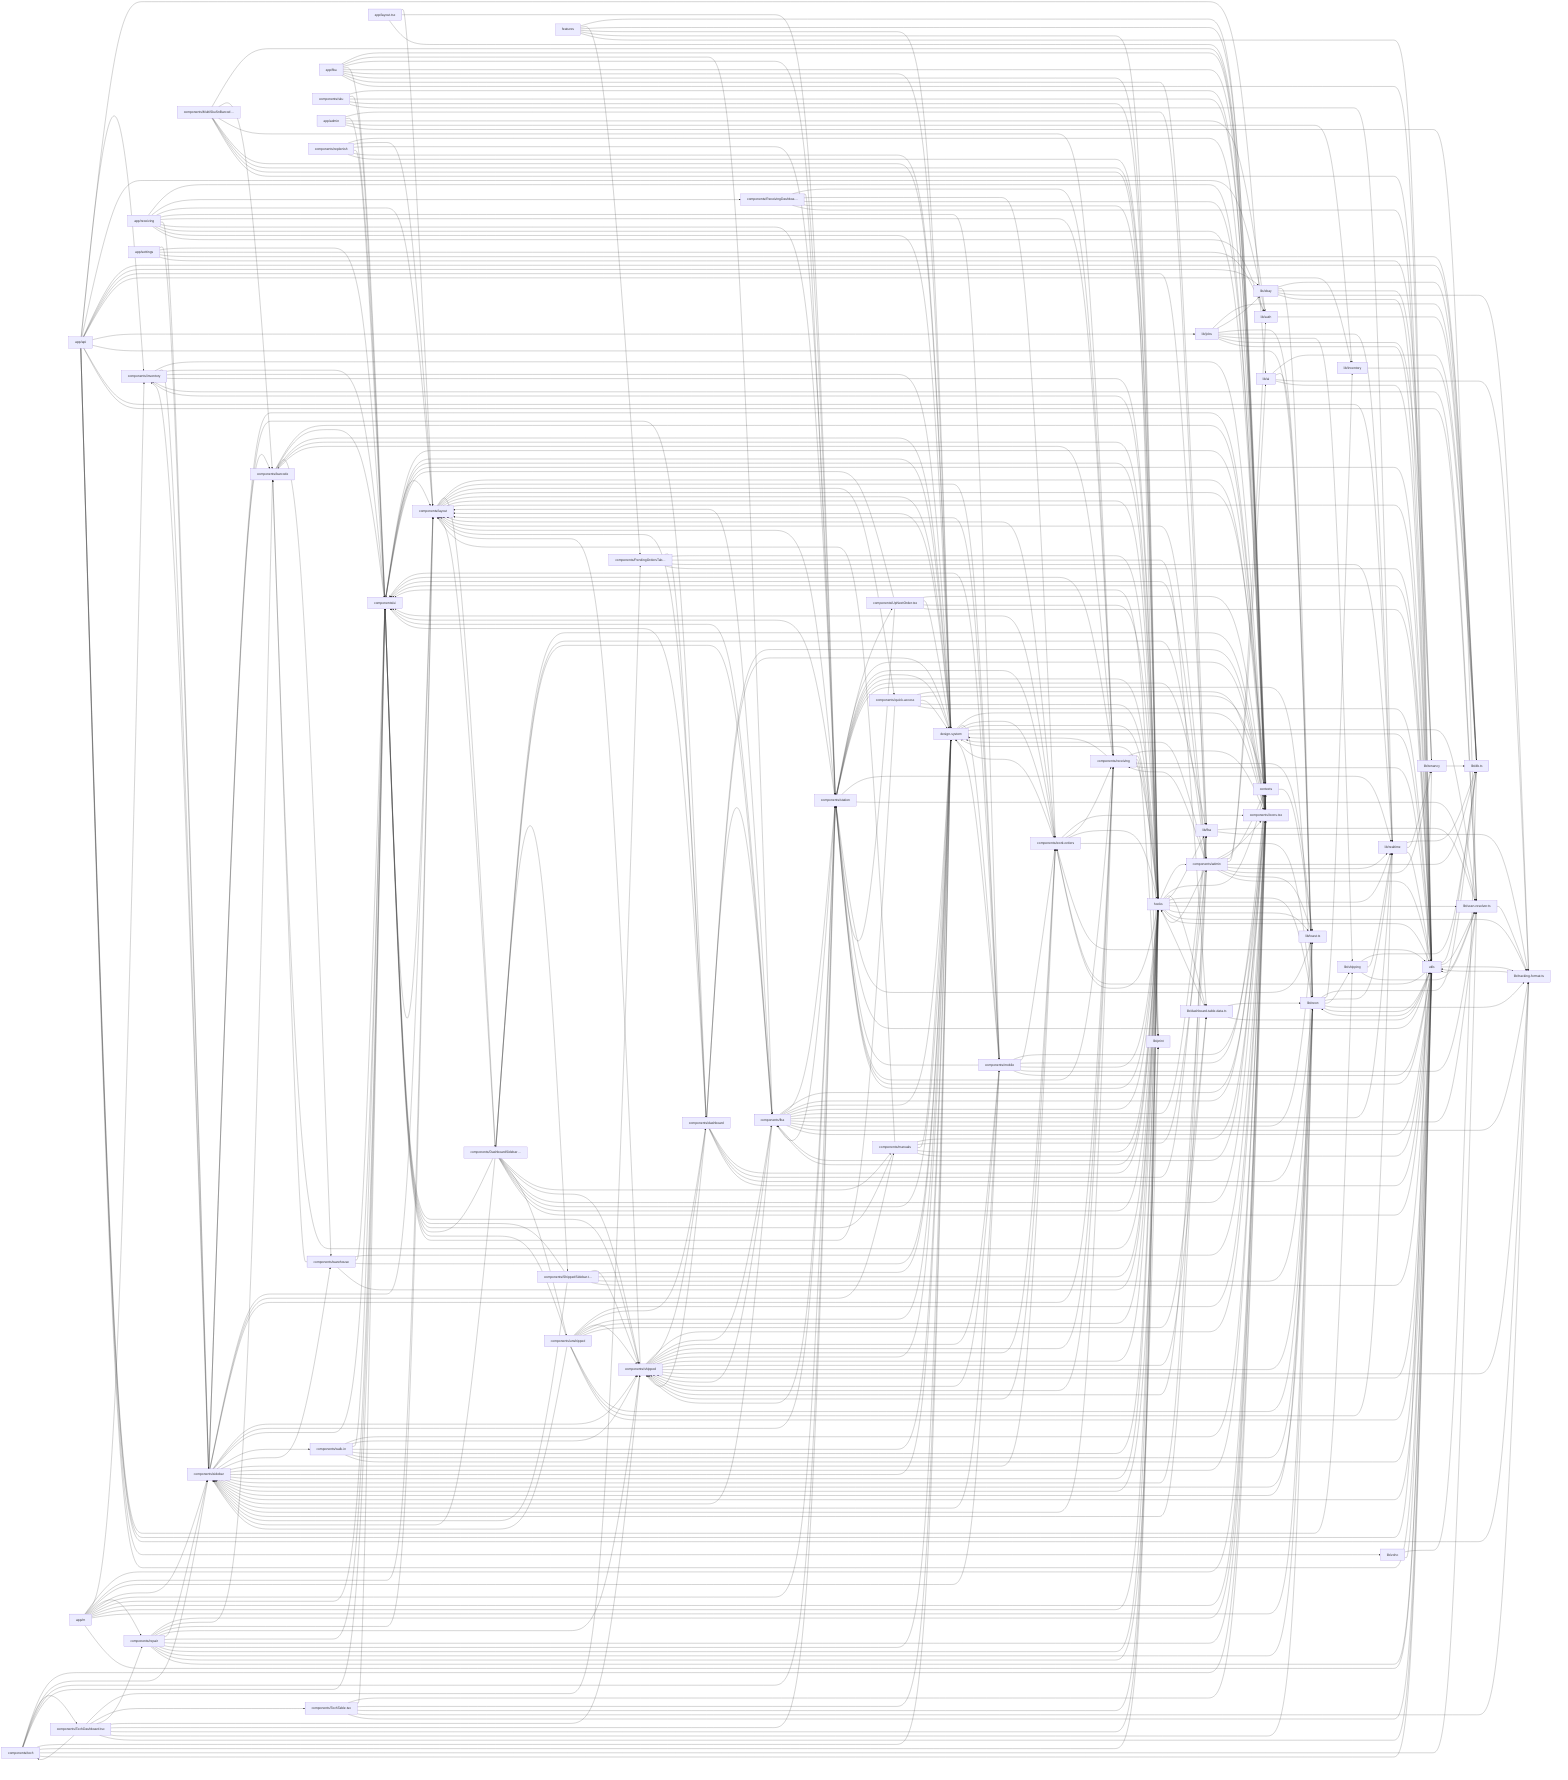
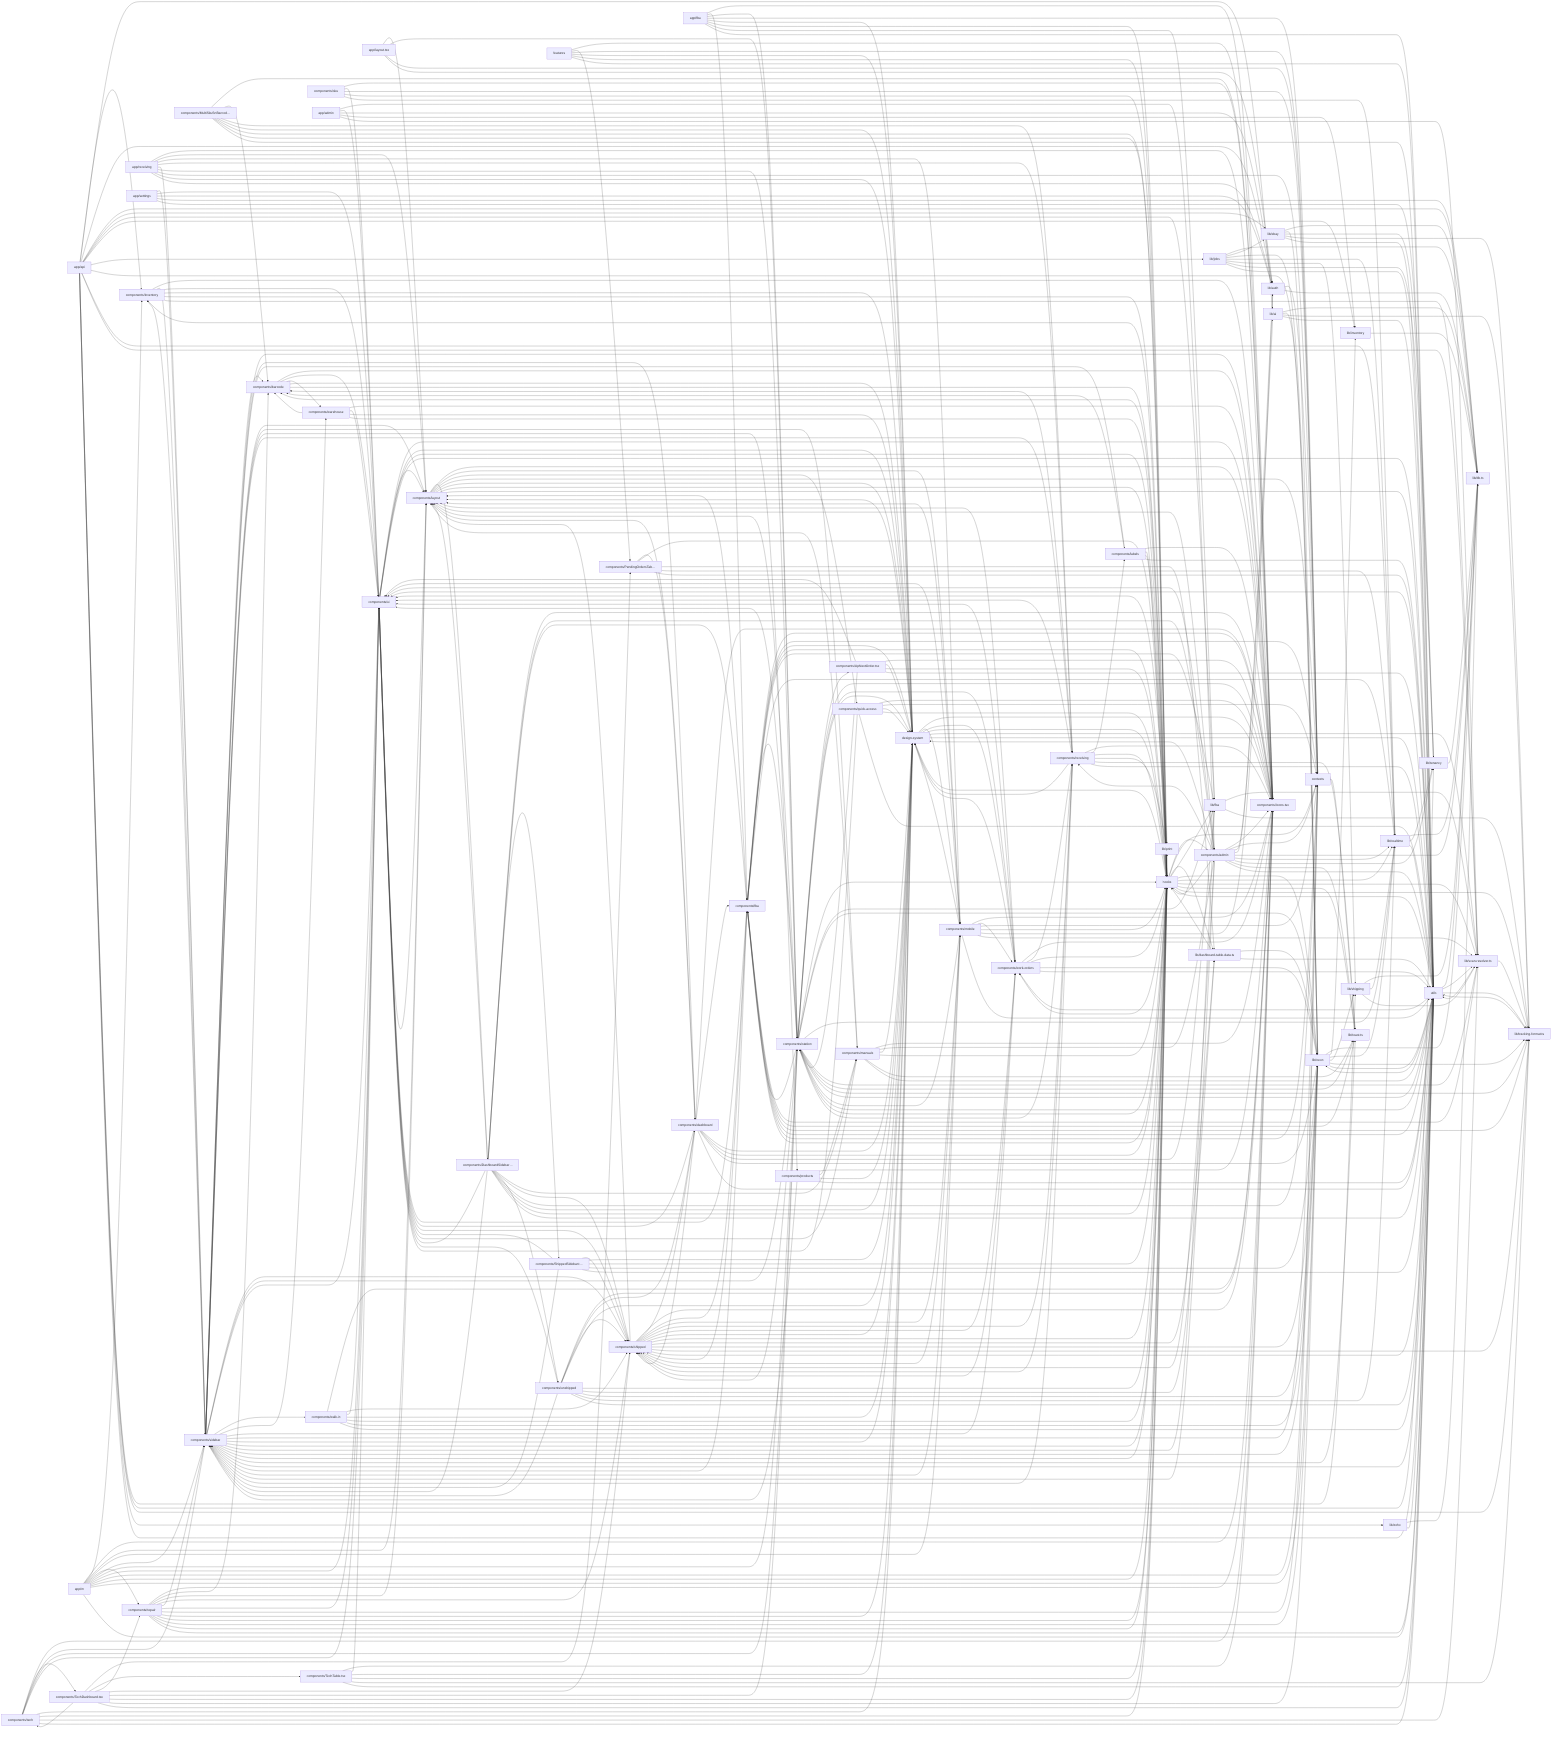
flowchart LR
  app_api["app/api"]
  click app_api "src/app/api/scan-tracking/route.ts" "Open src/app/api/scan-tracking/route.ts"
  hooks["hooks"]
  click hooks "src/hooks/_lifecycle.ts" "Open src/hooks/_lifecycle.ts"
  utils["utils"]
-   click utils "src/lib/receiving-history-search.ts" "Open src/lib/receiving-history-search.ts"
+   click utils "src/utils/upnext-shared.ts" "Open src/utils/upnext-shared.ts"
+   components_Icons_tsx["components/Icons.tsx"]
+   click components_Icons_tsx "src/components/Icons.tsx" "Open src/components/Icons.tsx"
  design_system["design-system"]
  click design_system "src/design-system/index.ts" "Open src/design-system/index.ts"
-   components_Icons_tsx["components/Icons.tsx"]
-   click components_Icons_tsx "src/components/Icons.tsx" "Open src/components/Icons.tsx"
+   components_sidebar["components/sidebar"]
+   click components_sidebar "src/components/sidebar/DeviceModeToggle.tsx" "Open src/components/sidebar/DeviceModeToggle.tsx"
  components_ui["components/ui"]
  click components_ui "src/components/ui/DeleteButton.tsx" "Open src/components/ui/DeleteButton.tsx"
-   components_sidebar["components/sidebar"]
-   click components_sidebar "src/components/sidebar/DeviceModeToggle.tsx" "Open src/components/sidebar/DeviceModeToggle.tsx"
  lib_db_ts["lib/db.ts"]
  click lib_db_ts "src/lib/db.ts" "Open src/lib/db.ts"
  components_layout["components/layout"]
  click components_layout "src/components/layout/OfflineBanner.tsx" "Open src/components/layout/OfflineBanner.tsx"
  components_shipped["components/shipped"]
  click components_shipped "src/components/shipped/DateGroupHeader.tsx" "Open src/components/shipped/DateGroupHeader.tsx"
  components_station["components/station"]
  click components_station "src/components/station/BarcodeScanner.tsx" "Open src/components/station/BarcodeScanner.tsx"
  lib_neon["lib/neon"]
  click lib_neon "src/lib/neon/serial-units-queries.ts" "Open src/lib/neon/serial-units-queries.ts"
  contexts["contexts"]
  click contexts "src/contexts/HeaderContext.tsx" "Open src/contexts/HeaderContext.tsx"
  components_admin["components/admin"]
  click components_admin "src/components/admin/AccessSidebarPanel.tsx" "Open src/components/admin/AccessSidebarPanel.tsx"
  components_receiving["components/receiving"]
  click components_receiving "src/components/receiving/Mode2Unboxing.tsx" "Open src/components/receiving/Mode2Unboxing.tsx"
+   components_mobile["components/mobile"]
+   click components_mobile "src/components/mobile/ScanSurface.tsx" "Open src/components/mobile/ScanSurface.tsx"
  components_fba["components/fba"]
  click components_fba "src/components/fba/FbaShippedTable.tsx" "Open src/components/fba/FbaShippedTable.tsx"
-   components_mobile["components/mobile"]
-   click components_mobile "src/components/mobile/ScanSurface.tsx" "Open src/components/mobile/ScanSurface.tsx"
  components_work_orders["components/work-orders"]
  click components_work_orders "src/components/work-orders/WorkOrderInfoStrip.tsx" "Open src/components/work-orders/WorkOrderInfoStrip.tsx"
  lib_realtime["lib/realtime"]
  click lib_realtime "src/lib/realtime/db-events.ts" "Open src/lib/realtime/db-events.ts"
  components_repair["components/repair"]
  click components_repair "src/components/repair/SignaturePad.tsx" "Open src/components/repair/SignaturePad.tsx"
+   lib_auth["lib/auth"]
+   click lib_auth "src/lib/auth/permission-registry.ts" "Open src/lib/auth/permission-registry.ts"
  components_DashboardSidebar_tsx["components/DashboardSidebar…"]
  click components_DashboardSidebar_tsx "src/components/DashboardSidebar.tsx" "Open src/components/DashboardSidebar.tsx"
+   lib_tracking_format_ts["lib/tracking-format.ts"]
+   click lib_tracking_format_ts "src/lib/tracking-format.ts" "Open src/lib/tracking-format.ts"
  components_dashboard["components/dashboard"]
  click components_dashboard "src/components/dashboard/StockZohoOrdersTable.tsx" "Open src/components/dashboard/StockZohoOrdersTable.tsx"
  components_barcode["components/barcode"]
  click components_barcode "src/components/barcode/SkuInput.tsx" "Open src/components/barcode/SkuInput.tsx"
  lib_scan_resolver_ts["lib/scan-resolver.ts"]
  click lib_scan_resolver_ts "src/lib/scan-resolver.ts" "Open src/lib/scan-resolver.ts"
-   lib_tracking_format_ts["lib/tracking-format.ts"]
-   click lib_tracking_format_ts "src/lib/tracking-format.ts" "Open src/lib/tracking-format.ts"
-   lib_auth["lib/auth"]
-   click lib_auth "src/lib/auth/permission-registry.ts" "Open src/lib/auth/permission-registry.ts"
  lib_jobs["lib/jobs"]
  click lib_jobs "src/lib/jobs/ebay-sync.ts" "Open src/lib/jobs/ebay-sync.ts"
+   components_manuals["components/manuals"]
+   click components_manuals "src/components/manuals/ManualsLibrarySidebar.tsx" "Open src/components/manuals/ManualsLibrarySidebar.tsx"
  app_m["app/m"]
  click app_m "src/app/m/layout.tsx" "Open src/app/m/layout.tsx"
  components_unshipped["components/unshipped"]
  click components_unshipped "src/components/unshipped/UnshippedTable.tsx" "Open src/components/unshipped/UnshippedTable.tsx"
  components_inventory["components/inventory"]
  click components_inventory "src/components/inventory/InventoryShell.tsx" "Open src/components/inventory/InventoryShell.tsx"
-   components_manuals["components/manuals"]
-   click components_manuals "src/components/manuals/ManualsLibrarySidebar.tsx" "Open src/components/manuals/ManualsLibrarySidebar.tsx"
  components_tech["components/tech"]
  click components_tech "src/components/tech/UpNextActionDock.tsx" "Open src/components/tech/UpNextActionDock.tsx"
  app_receiving["app/receiving"]
  click app_receiving "src/app/receiving/page.tsx" "Open src/app/receiving/page.tsx"
  components_TechDashboard_tsx["components/TechDashboard.tsx"]
  click components_TechDashboard_tsx "src/components/TechDashboard.tsx" "Open src/components/TechDashboard.tsx"
  components_walk_in["components/walk-in"]
  click components_walk_in "src/components/walk-in/SalesDetailsPanel.tsx" "Open src/components/walk-in/SalesDetailsPanel.tsx"
  lib_tenancy["lib/tenancy"]
  click lib_tenancy "src/lib/tenancy/db.test.ts" "Open src/lib/tenancy/db.test.ts"
  components_warehouse["components/warehouse"]
  click components_warehouse "src/components/warehouse/roomFinderContext.tsx" "Open src/components/warehouse/roomFinderContext.tsx"
  lib_fba["lib/fba"]
  click lib_fba "src/lib/fba/board-item.ts" "Open src/lib/fba/board-item.ts"
-   app_fba["app/fba"]
-   click app_fba "src/app/fba/page.tsx" "Open src/app/fba/page.tsx"
+   app_layout_tsx["app/layout.tsx"]
+   click app_layout_tsx "src/app/layout.tsx" "Open src/app/layout.tsx"
  components_quick_access["components/quick-access"]
  click components_quick_access "src/components/quick-access/RecentSection.tsx" "Open src/components/quick-access/RecentSection.tsx"
  components_sku["components/sku"]
  click components_sku "src/components/sku/BinRowDetailsSheet.tsx" "Open src/components/sku/BinRowDetailsSheet.tsx"
+   lib_toast_ts["lib/toast.ts"]
+   click lib_toast_ts "src/lib/toast.ts" "Open src/lib/toast.ts"
  lib_ebay["lib/ebay"]
  click lib_ebay "src/lib/ebay/token-refresh.ts" "Open src/lib/ebay/token-refresh.ts"
  lib_print["lib/print"]
  click lib_print "src/lib/print/printRepairLabel.ts" "Open src/lib/print/printRepairLabel.ts"
  lib_ai["lib/ai"]
  click lib_ai "src/lib/ai/date-range.test.ts" "Open src/lib/ai/date-range.test.ts"
-   app_layout_tsx["app/layout.tsx"]
-   click app_layout_tsx "src/app/layout.tsx" "Open src/app/layout.tsx"
+   app_fba["app/fba"]
+   click app_fba "src/app/fba/page.tsx" "Open src/app/fba/page.tsx"
  components_PendingOrdersTable_tsx["components/PendingOrdersTab…"]
  click components_PendingOrdersTable_tsx "src/components/PendingOrdersTable.tsx" "Open src/components/PendingOrdersTable.tsx"
  components_ShippedSidebar_tsx["components/ShippedSidebar.t…"]
  click components_ShippedSidebar_tsx "src/components/ShippedSidebar.tsx" "Open src/components/ShippedSidebar.tsx"
+   components_products["components/products"]
+   click components_products "src/components/products/types.ts" "Open src/components/products/types.ts"
+   components_labels["components/labels"]
+   click components_labels "src/components/labels/ReceivingCartonLabel.tsx" "Open src/components/labels/ReceivingCartonLabel.tsx"
  lib_dashboard_table_data_ts["lib/dashboard-table-data.ts"]
  click lib_dashboard_table_data_ts "src/lib/dashboard-table-data.ts" "Open src/lib/dashboard-table-data.ts"
-   lib_toast_ts["lib/toast.ts"]
-   click lib_toast_ts "src/lib/toast.ts" "Open src/lib/toast.ts"
  lib_zoho["lib/zoho"]
  click lib_zoho "src/lib/zoho/mock.ts" "Open src/lib/zoho/mock.ts"
  lib_shipping["lib/shipping"]
  click lib_shipping "src/lib/shipping/repository.ts" "Open src/lib/shipping/repository.ts"
  lib_inventory["lib/inventory"]
  click lib_inventory "src/lib/inventory/internal-gtin.ts" "Open src/lib/inventory/internal-gtin.ts"
  app_settings["app/settings"]
  click app_settings "src/app/settings/page.tsx" "Open src/app/settings/page.tsx"
  app_admin["app/admin"]
  click app_admin "src/app/admin/page.tsx" "Open src/app/admin/page.tsx"
  features["features"]
  click features "src/features/operations/operations-data-sources.ts" "Open src/features/operations/operations-data-sources.ts"
  components_MultiSkuSnBarcode_tsx["components/MultiSkuSnBarcod…"]
  click components_MultiSkuSnBarcode_tsx "src/components/MultiSkuSnBarcode.tsx" "Open src/components/MultiSkuSnBarcode.tsx"
  components_UpNextOrder_tsx["components/UpNextOrder.tsx"]
  click components_UpNextOrder_tsx "src/components/UpNextOrder.tsx" "Open src/components/UpNextOrder.tsx"
  components_TechTable_tsx["components/TechTable.tsx"]
  click components_TechTable_tsx "src/components/TechTable.tsx" "Open src/components/TechTable.tsx"
-   components_ReceivingDashboard_tsx["components/ReceivingDashboa…"]
-   click components_ReceivingDashboard_tsx "src/components/ReceivingDashboard.tsx" "Open src/components/ReceivingDashboard.tsx"
-   components_replenish["components/replenish"]
-   click components_replenish "src/components/replenish/ReplenishmentReceivingTab.tsx" "Open src/components/replenish/ReplenishmentReceivingTab.tsx"
  app_admin --> components_admin
  app_admin --> components_ui
  app_admin --> lib_auth
  app_admin --> lib_inventory
  app_admin --> lib_scan_resolver_ts
  app_api --> components_inventory
  app_api --> lib_ai
  app_api --> lib_auth
  app_api --> lib_db_ts
  app_api --> lib_ebay
  app_api --> lib_fba
  app_api --> lib_inventory
  app_api --> lib_jobs
  app_api --> lib_neon
  app_api --> lib_realtime
  app_api --> lib_scan_resolver_ts
  app_api --> lib_shipping
  app_api --> lib_tenancy
  app_api --> lib_tracking_format_ts
  app_api --> lib_zoho
  app_api --> utils
  app_fba --> components_Icons_tsx
  app_fba --> components_fba
  app_fba --> components_station
-   app_fba --> components_ui
  app_fba --> contexts
  app_fba --> design_system
  app_fba --> hooks
  app_fba --> lib_fba
  app_fba --> utils
  app_layout_tsx --> components_layout
  app_layout_tsx --> components_station
  app_layout_tsx --> contexts
+   app_layout_tsx --> lib_auth
  app_m --> components_Icons_tsx
  app_m --> components_inventory
  app_m --> components_layout
  app_m --> components_mobile
  app_m --> components_repair
  app_m --> components_sidebar
  app_m --> components_station
  app_m --> components_ui
  app_m --> contexts
  app_m --> hooks
  app_m --> lib_neon
  app_m --> utils
  app_receiving --> components_Icons_tsx
-   app_receiving --> components_ReceivingDashboard_tsx
  app_receiving --> components_layout
  app_receiving --> components_mobile
  app_receiving --> components_receiving
  app_receiving --> components_sidebar
  app_receiving --> components_station
  app_receiving --> contexts
  app_receiving --> design_system
  app_receiving --> lib_auth
  app_settings --> components_sidebar
  app_settings --> components_ui
  app_settings --> lib_auth
  app_settings --> lib_db_ts
  app_settings --> lib_tenancy
  components_DashboardSidebar_tsx --> components_Icons_tsx
  components_DashboardSidebar_tsx --> components_ShippedSidebar_tsx
  components_DashboardSidebar_tsx --> components_admin
  components_DashboardSidebar_tsx --> components_fba
  components_DashboardSidebar_tsx --> components_layout
  components_DashboardSidebar_tsx --> components_manuals
  components_DashboardSidebar_tsx --> components_shipped
  components_DashboardSidebar_tsx --> components_sidebar
  components_DashboardSidebar_tsx --> components_ui
  components_DashboardSidebar_tsx --> components_unshipped
  components_DashboardSidebar_tsx --> contexts
  components_DashboardSidebar_tsx --> design_system
  components_DashboardSidebar_tsx --> hooks
  components_DashboardSidebar_tsx --> utils
  components_MultiSkuSnBarcode_tsx --> components_Icons_tsx
  components_MultiSkuSnBarcode_tsx --> components_barcode
  components_MultiSkuSnBarcode_tsx --> components_receiving
  components_MultiSkuSnBarcode_tsx --> design_system
  components_MultiSkuSnBarcode_tsx --> hooks
  components_MultiSkuSnBarcode_tsx --> lib_print
  components_MultiSkuSnBarcode_tsx --> utils
  components_PendingOrdersTable_tsx --> components_dashboard
  components_PendingOrdersTable_tsx --> hooks
  components_PendingOrdersTable_tsx --> lib_dashboard_table_data_ts
  components_PendingOrdersTable_tsx --> lib_realtime
  components_PendingOrdersTable_tsx --> utils
-   components_ReceivingDashboard_tsx --> components_receiving
-   components_ReceivingDashboard_tsx --> components_station
-   components_ReceivingDashboard_tsx --> components_work_orders
-   components_ReceivingDashboard_tsx --> contexts
-   components_ReceivingDashboard_tsx --> hooks
-   components_ReceivingDashboard_tsx --> utils
  components_ShippedSidebar_tsx --> components_shipped
  components_ShippedSidebar_tsx --> components_sidebar
  components_ShippedSidebar_tsx --> components_ui
  components_ShippedSidebar_tsx --> design_system
  components_ShippedSidebar_tsx --> hooks
  components_ShippedSidebar_tsx --> lib_neon
  components_ShippedSidebar_tsx --> utils
  components_TechDashboard_tsx --> components_PendingOrdersTable_tsx
  components_TechDashboard_tsx --> components_TechTable_tsx
  components_TechDashboard_tsx --> components_repair
  components_TechDashboard_tsx --> components_shipped
  components_TechDashboard_tsx --> components_station
  components_TechDashboard_tsx --> components_tech
  components_TechDashboard_tsx --> hooks
  components_TechDashboard_tsx --> lib_neon
  components_TechDashboard_tsx --> utils
  components_TechTable_tsx --> components_Icons_tsx
  components_TechTable_tsx --> components_ui
  components_TechTable_tsx --> design_system
  components_TechTable_tsx --> hooks
  components_TechTable_tsx --> lib_tracking_format_ts
  components_TechTable_tsx --> utils
  components_UpNextOrder_tsx --> components_Icons_tsx
  components_UpNextOrder_tsx --> components_station
  components_UpNextOrder_tsx --> components_ui
  components_UpNextOrder_tsx --> design_system
  components_UpNextOrder_tsx --> hooks
  components_UpNextOrder_tsx --> utils
  components_admin --> components_Icons_tsx
  components_admin --> components_layout
  components_admin --> components_receiving
  components_admin --> components_shipped
  components_admin --> components_sidebar
  components_admin --> components_ui
  components_admin --> contexts
  components_admin --> design_system
  components_admin --> hooks
  components_admin --> lib_ai
  components_admin --> lib_auth
  components_admin --> lib_db_ts
  components_admin --> lib_realtime
  components_admin --> lib_tenancy
  components_admin --> lib_toast_ts
  components_admin --> utils
  components_barcode --> components_Icons_tsx
  components_barcode --> components_ui
  components_barcode --> components_warehouse
  components_barcode --> design_system
  components_barcode --> hooks
  components_dashboard --> components_Icons_tsx
  components_dashboard --> components_fba
  components_dashboard --> components_layout
  components_dashboard --> components_shipped
  components_dashboard --> components_ui
  components_dashboard --> design_system
  components_dashboard --> hooks
  components_dashboard --> lib_fba
  components_dashboard --> lib_neon
  components_dashboard --> utils
  components_fba --> components_Icons_tsx
  components_fba --> components_layout
  components_fba --> components_shipped
  components_fba --> components_sidebar
  components_fba --> components_station
  components_fba --> components_ui
  components_fba --> contexts
  components_fba --> design_system
  components_fba --> hooks
  components_fba --> lib_fba
  components_fba --> lib_realtime
  components_fba --> lib_scan_resolver_ts
  components_fba --> lib_toast_ts
  components_fba --> lib_tracking_format_ts
  components_fba --> utils
  components_inventory --> components_Icons_tsx
  components_inventory --> components_sidebar
  components_inventory --> components_ui
  components_inventory --> design_system
  components_inventory --> hooks
  components_inventory --> lib_scan_resolver_ts
+   components_labels --> components_Icons_tsx
+   components_labels --> components_barcode
+   components_labels --> hooks
+   components_labels --> lib_print
+   components_labels --> utils
  components_layout --> components_DashboardSidebar_tsx
  components_layout --> components_Icons_tsx
  components_layout --> components_mobile
  components_layout --> components_quick_access
  components_layout --> components_ui
  components_layout --> contexts
  components_layout --> design_system
  components_layout --> hooks
  components_layout --> utils
  components_manuals --> components_Icons_tsx
  components_manuals --> components_admin
  components_manuals --> components_layout
  components_manuals --> components_ui
  components_manuals --> design_system
  components_manuals --> hooks
+   components_manuals --> lib_toast_ts
  components_manuals --> utils
  components_mobile --> components_Icons_tsx
  components_mobile --> components_layout
  components_mobile --> components_shipped
  components_mobile --> components_sidebar
  components_mobile --> components_station
  components_mobile --> components_ui
  components_mobile --> components_work_orders
  components_mobile --> contexts
  components_mobile --> design_system
  components_mobile --> hooks
+   components_mobile --> lib_auth
  components_mobile --> lib_scan_resolver_ts
  components_mobile --> utils
+   components_products --> components_Icons_tsx
+   components_products --> components_manuals
+   components_products --> components_sidebar
+   components_products --> design_system
+   components_products --> utils
  components_quick_access --> components_Icons_tsx
  components_quick_access --> components_ui
  components_quick_access --> contexts
  components_quick_access --> design_system
  components_quick_access --> hooks
  components_quick_access --> utils
  components_receiving --> components_Icons_tsx
  components_receiving --> components_barcode
+   components_receiving --> components_labels
  components_receiving --> components_shipped
  components_receiving --> components_sidebar
  components_receiving --> components_station
  components_receiving --> components_ui
  components_receiving --> design_system
  components_receiving --> hooks
  components_receiving --> lib_print
  components_receiving --> lib_toast_ts
  components_receiving --> utils
  components_repair --> components_Icons_tsx
  components_repair --> components_barcode
  components_repair --> components_layout
  components_repair --> components_shipped
  components_repair --> components_sidebar
  components_repair --> components_ui
  components_repair --> contexts
  components_repair --> design_system
  components_repair --> hooks
  components_repair --> lib_neon
  components_repair --> lib_print
  components_repair --> utils
-   components_replenish --> components_Icons_tsx
-   components_replenish --> components_layout
-   components_replenish --> components_station
-   components_replenish --> components_ui
-   components_replenish --> design_system
-   components_replenish --> hooks
  components_shipped --> components_Icons_tsx
  components_shipped --> components_dashboard
  components_shipped --> components_fba
  components_shipped --> components_layout
  components_shipped --> components_mobile
  components_shipped --> components_receiving
  components_shipped --> components_ui
  components_shipped --> components_work_orders
  components_shipped --> design_system
  components_shipped --> hooks
  components_shipped --> lib_dashboard_table_data_ts
  components_shipped --> lib_neon
  components_shipped --> lib_tracking_format_ts
  components_shipped --> utils
  components_sidebar --> components_Icons_tsx
  components_sidebar --> components_barcode
  components_sidebar --> components_dashboard
  components_sidebar --> components_inventory
+   components_sidebar --> components_labels
  components_sidebar --> components_layout
  components_sidebar --> components_manuals
+   components_sidebar --> components_products
  components_sidebar --> components_receiving
  components_sidebar --> components_shipped
  components_sidebar --> components_station
  components_sidebar --> components_ui
  components_sidebar --> components_walk_in
  components_sidebar --> components_warehouse
  components_sidebar --> components_work_orders
  components_sidebar --> contexts
  components_sidebar --> design_system
  components_sidebar --> hooks
  components_sidebar --> lib_fba
  components_sidebar --> lib_neon
  components_sidebar --> lib_print
  components_sidebar --> lib_toast_ts
  components_sidebar --> utils
  components_sku --> components_Icons_tsx
  components_sku --> components_ui
  components_sku --> contexts
  components_sku --> hooks
  components_sku --> lib_realtime
  components_station --> components_Icons_tsx
  components_station --> components_UpNextOrder_tsx
  components_station --> components_fba
  components_station --> components_layout
  components_station --> components_shipped
  components_station --> components_ui
  components_station --> components_work_orders
  components_station --> design_system
  components_station --> hooks
  components_station --> lib_fba
  components_station --> lib_neon
  components_station --> lib_realtime
  components_station --> lib_scan_resolver_ts
  components_station --> lib_toast_ts
+   components_station --> lib_tracking_format_ts
  components_station --> utils
  components_tech --> components_Icons_tsx
  components_tech --> components_TechDashboard_tsx
  components_tech --> components_sidebar
  components_tech --> components_station
  components_tech --> components_ui
  components_tech --> design_system
  components_tech --> hooks
  components_tech --> lib_scan_resolver_ts
  components_tech --> utils
  components_ui --> components_Icons_tsx
  components_ui --> components_layout
  components_ui --> design_system
  components_ui --> hooks
  components_ui --> utils
  components_unshipped --> components_Icons_tsx
  components_unshipped --> components_dashboard
  components_unshipped --> components_shipped
  components_unshipped --> components_sidebar
  components_unshipped --> components_ui
  components_unshipped --> design_system
  components_unshipped --> hooks
  components_unshipped --> lib_dashboard_table_data_ts
  components_unshipped --> lib_neon
  components_unshipped --> lib_realtime
  components_unshipped --> utils
  components_walk_in --> components_Icons_tsx
  components_walk_in --> components_shipped
  components_walk_in --> components_ui
  components_walk_in --> design_system
  components_walk_in --> hooks
  components_walk_in --> lib_neon
  components_walk_in --> utils
  components_warehouse --> components_Icons_tsx
  components_warehouse --> components_barcode
  components_warehouse --> components_ui
  components_warehouse --> design_system
  components_warehouse --> hooks
  components_work_orders --> components_Icons_tsx
  components_work_orders --> components_layout
  components_work_orders --> components_receiving
  components_work_orders --> components_shipped
  components_work_orders --> components_ui
  components_work_orders --> design_system
  components_work_orders --> hooks
  components_work_orders --> lib_neon
  components_work_orders --> utils
  contexts --> components_fba
  contexts --> lib_toast_ts
  design_system --> components_Icons_tsx
  design_system --> components_layout
  design_system --> components_mobile
  design_system --> components_work_orders
  design_system --> hooks
  design_system --> lib_scan_resolver_ts
  design_system --> utils
  features --> components_Icons_tsx
  features --> components_PendingOrdersTable_tsx
  features --> contexts
  features --> design_system
  features --> hooks
  features --> utils
  hooks --> components_admin
  hooks --> components_barcode
  hooks --> components_fba
  hooks --> components_inventory
  hooks --> components_station
  hooks --> components_work_orders
  hooks --> contexts
  hooks --> design_system
  hooks --> lib_dashboard_table_data_ts
  hooks --> lib_fba
  hooks --> lib_neon
  hooks --> lib_realtime
  hooks --> lib_scan_resolver_ts
  hooks --> lib_toast_ts
  hooks --> lib_tracking_format_ts
  hooks --> utils
  lib_ai --> lib_db_ts
  lib_ai --> lib_neon
  lib_ai --> lib_tracking_format_ts
  lib_ai --> utils
+   lib_auth --> contexts
  lib_auth --> lib_db_ts
  lib_dashboard_table_data_ts --> hooks
  lib_dashboard_table_data_ts --> lib_neon
  lib_dashboard_table_data_ts --> utils
  lib_ebay --> lib_db_ts
  lib_ebay --> lib_neon
  lib_ebay --> lib_tenancy
  lib_ebay --> lib_tracking_format_ts
  lib_ebay --> utils
  lib_fba --> lib_scan_resolver_ts
  lib_fba --> lib_tracking_format_ts
  lib_inventory --> lib_db_ts
  lib_jobs --> lib_db_ts
  lib_jobs --> lib_ebay
  lib_jobs --> lib_neon
  lib_jobs --> lib_realtime
  lib_jobs --> lib_shipping
  lib_jobs --> lib_tenancy
  lib_jobs --> utils
  lib_neon --> lib_db_ts
  lib_neon --> lib_inventory
  lib_neon --> lib_realtime
  lib_neon --> lib_shipping
  lib_neon --> lib_tracking_format_ts
  lib_neon --> utils
  lib_print --> components_ui
  lib_realtime --> lib_db_ts
  lib_realtime --> lib_tenancy
  lib_realtime --> utils
  lib_scan_resolver_ts --> lib_tracking_format_ts
  lib_scan_resolver_ts --> utils
  lib_shipping --> lib_db_ts
  lib_shipping --> lib_realtime
  lib_shipping --> lib_scan_resolver_ts
  lib_tenancy --> lib_db_ts
  lib_tracking_format_ts --> utils
  lib_zoho --> lib_db_ts
  lib_zoho --> utils
  utils --> components_station
  utils --> components_ui
  utils --> components_work_orders
  utils --> lib_db_ts
  utils --> lib_neon
  utils --> lib_scan_resolver_ts
  utils --> lib_tracking_format_ts
-   %% truncated: 164 more groups not shown+   %% truncated: 169 more groups not shown